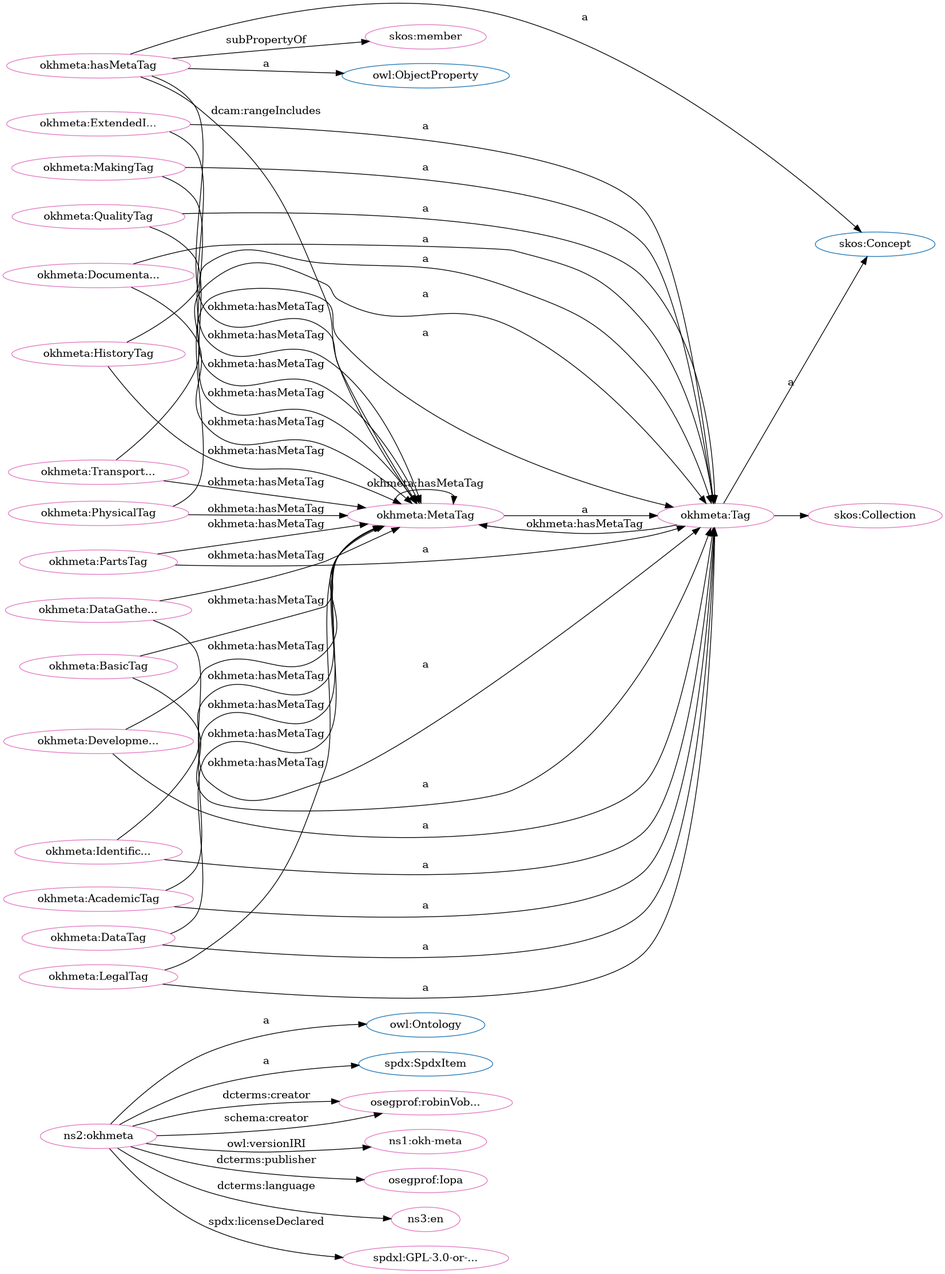
Earlier version of the Graphviz export src/spec/dot_okh-meta.png (iop-alliance/OpenKnowHow). Its source is kept beside it as src/spec/dot_okh-meta.dot.
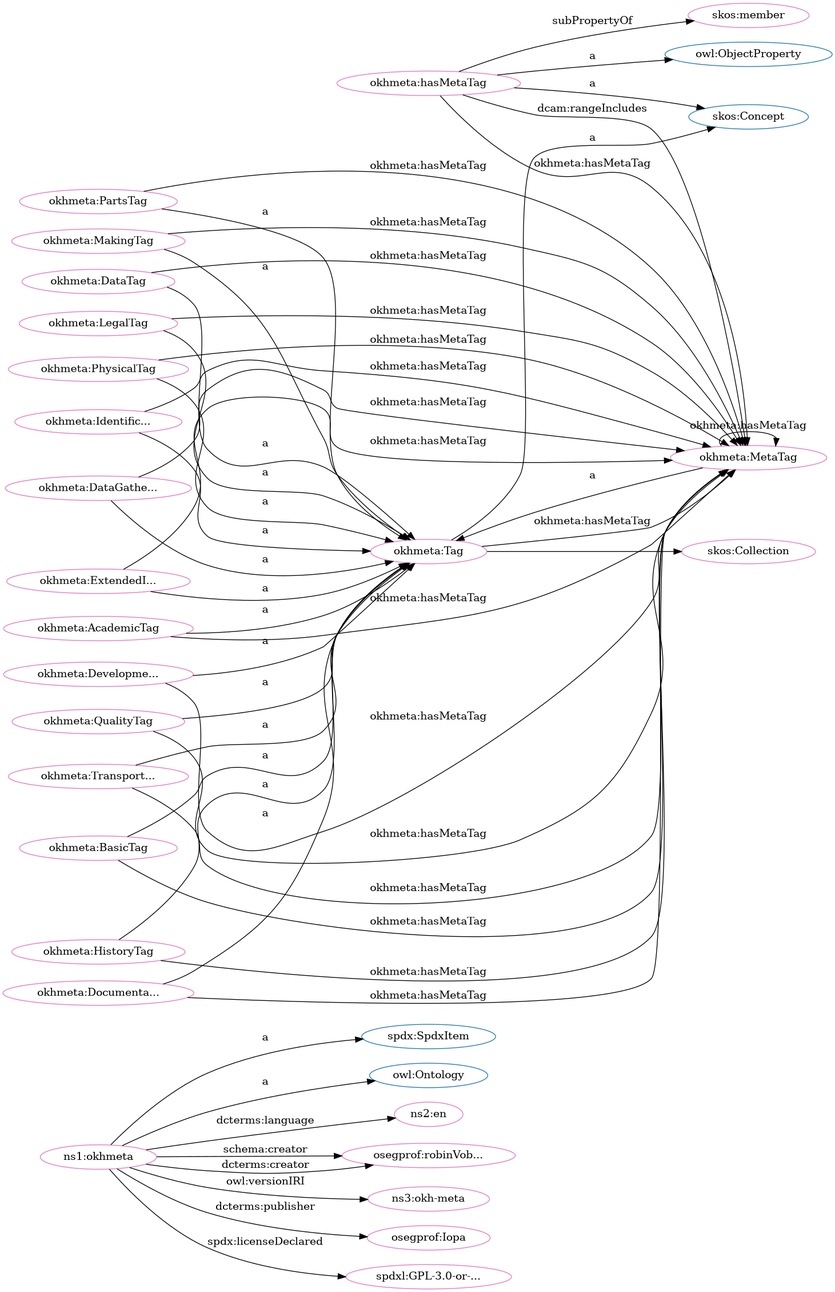
After the change.

The edit, as a diff of the source:
```diff
@@ -1,84 +1,84 @@
 digraph G {
   rankdir=BT
   node[height=.3]
+"http://spdx.org/rdf/terms#SpdxItem" [fillcolor="#1f77b4" color="#1f77b4" label="spdx:SpdxItem"]
+"http://www.w3.org/2004/02/skos/core#Concept" [fillcolor="#1f77b4" color="#1f77b4" label="skos:Concept"]
 "http://www.w3.org/2002/07/owl#Ontology" [fillcolor="#1f77b4" color="#1f77b4" label="owl:Ontology"]
 "http://www.w3.org/2002/07/owl#ObjectProperty" [fillcolor="#1f77b4" color="#1f77b4" label="owl:ObjectProperty"]
-"http://www.w3.org/2004/02/skos/core#Concept" [fillcolor="#1f77b4" color="#1f77b4" label="skos:Concept"]
 "http://www.w3.org/2004/02/skos/core#Collection" [fillcolor="#1f77b4" color="#1f77b4" label="skos:Collection"]
 "http://w3id.org/oseg/ont/okhmeta#Tag" [fillcolor="#1f77b4" color="#1f77b4" label="okhmeta:Tag"]
-"http://spdx.org/rdf/terms#SpdxItem" [fillcolor="#1f77b4" color="#1f77b4" label="spdx:SpdxItem"]
+"http://w3id.org/oseg/ont/okhmeta#PhysicalTag" [fillcolor="#e377c2" color="#e377c2" label="okhmeta:PhysicalTag"]
 "http://w3id.org/oseg/ont/okhmeta#MetaTag" [fillcolor="#e377c2" color="#e377c2" label="okhmeta:MetaTag"]
+"http://w3id.org/oseg/ont/okhmeta#BasicTag" [fillcolor="#e377c2" color="#e377c2" label="okhmeta:BasicTag"]
 "http://w3id.org/oseg/ont/okhmeta#PartsTag" [fillcolor="#e377c2" color="#e377c2" label="okhmeta:PartsTag"]
+"http://w3id.org/oseg/ont/okhmeta#DevelopmentTag" [fillcolor="#e377c2" color="#e377c2" label="okhmeta:Developme..."]
+"http://w3id.org/oseg/ont/okhmeta" [fillcolor="#e377c2" color="#e377c2" label="ns1:okhmeta"]
+"http://w3id.org/oseg/ont/okhmeta#TransportationTag" [fillcolor="#e377c2" color="#e377c2" label="okhmeta:Transport..."]
+"http://id.loc.gov/vocabulary/iso639-1/en" [fillcolor="#e377c2" color="#e377c2" label="ns2:en"]
+"http://w3id.org/oseg/ont/okhmeta#MakingTag" [fillcolor="#e377c2" color="#e377c2" label="okhmeta:MakingTag"]
+"http://w3id.org/oseg/ont/okhmeta#DataTag" [fillcolor="#e377c2" color="#e377c2" label="okhmeta:DataTag"]
+"http://w3id.org/oseg/ont/okhmeta#AcademicTag" [fillcolor="#e377c2" color="#e377c2" label="okhmeta:AcademicTag"]
 "http://w3id.org/oseg/ont/oseg-profiles#robinVobruba" [fillcolor="#e377c2" color="#e377c2" label="osegprof:robinVob..."]
-"http://w3id.org/oseg/ont/1.1.0/okh-meta" [fillcolor="#e377c2" color="#e377c2" label="ns1:okh-meta"]
-"http://www.w3.org/2004/02/skos/core#member" [fillcolor="#e377c2" color="#e377c2" label="skos:member"]
-"http://w3id.org/oseg/ont/oseg-profiles#Iopa" [fillcolor="#e377c2" color="#e377c2" label="osegprof:Iopa"]
-"http://w3id.org/oseg/ont/okhmeta" [fillcolor="#e377c2" color="#e377c2" label="ns2:okhmeta"]
-"http://w3id.org/oseg/ont/okhmeta#LegalTag" [fillcolor="#e377c2" color="#e377c2" label="okhmeta:LegalTag"]
-"http://id.loc.gov/vocabulary/iso639-1/en" [fillcolor="#e377c2" color="#e377c2" label="ns3:en"]
-"http://w3id.org/oseg/ont/okhmeta#HistoryTag" [fillcolor="#e377c2" color="#e377c2" label="okhmeta:HistoryTag"]
-"http://w3id.org/oseg/ont/okhmeta#DevelopmentTag" [fillcolor="#e377c2" color="#e377c2" label="okhmeta:Developme..."]
-"http://w3id.org/oseg/ont/okhmeta#MakingTag" [fillcolor="#e377c2" color="#e377c2" label="okhmeta:MakingTag"]
-"http://spdx.org/licenses/GPL-3.0-or-later" [fillcolor="#e377c2" color="#e377c2" label="spdxl:GPL-3.0-or-..."]
+"http://w3id.org/oseg/ont/okhmeta#hasMetaTag" [fillcolor="#e377c2" color="#e377c2" label="okhmeta:hasMetaTag"]
 "http://w3id.org/oseg/ont/okhmeta#DocumentationTag" [fillcolor="#e377c2" color="#e377c2" label="okhmeta:Documenta..."]
 "http://www.w3.org/2004/02/skos/core#Collection" [fillcolor="#e377c2" color="#e377c2" label="skos:Collection"]
-"http://w3id.org/oseg/ont/okhmeta#PhysicalTag" [fillcolor="#e377c2" color="#e377c2" label="okhmeta:PhysicalTag"]
+"http://w3id.org/oseg/ont/okhmeta#DataGatheringTag" [fillcolor="#e377c2" color="#e377c2" label="okhmeta:DataGathe..."]
+"http://w3id.org/oseg/ont/okhmeta#HistoryTag" [fillcolor="#e377c2" color="#e377c2" label="okhmeta:HistoryTag"]
+"http://w3id.org/oseg/ont/okhmeta#Tag" [fillcolor="#e377c2" color="#e377c2" label="okhmeta:Tag"]
+"http://w3id.org/oseg/ont/okhmeta#ExtendedInfoTag" [fillcolor="#e377c2" color="#e377c2" label="okhmeta:ExtendedI..."]
+"http://w3id.org/oseg/ont/1.1.0/okh-meta" [fillcolor="#e377c2" color="#e377c2" label="ns3:okh-meta"]
 "http://w3id.org/oseg/ont/okhmeta#QualityTag" [fillcolor="#e377c2" color="#e377c2" label="okhmeta:QualityTag"]
-"http://w3id.org/oseg/ont/okhmeta#DataTag" [fillcolor="#e377c2" color="#e377c2" label="okhmeta:DataTag"]
-"http://w3id.org/oseg/ont/okhmeta#Tag" [fillcolor="#e377c2" color="#e377c2" label="okhmeta:Tag"]
-"http://w3id.org/oseg/ont/okhmeta#DataGatheringTag" [fillcolor="#e377c2" color="#e377c2" label="okhmeta:DataGathe..."]
-"http://w3id.org/oseg/ont/okhmeta#ExtendedInfoTag" [fillcolor="#e377c2" color="#e377c2" label="okhmeta:ExtendedI..."]
-"http://w3id.org/oseg/ont/okhmeta#BasicTag" [fillcolor="#e377c2" color="#e377c2" label="okhmeta:BasicTag"]
+"http://w3id.org/oseg/ont/oseg-profiles#Iopa" [fillcolor="#e377c2" color="#e377c2" label="osegprof:Iopa"]
+"http://www.w3.org/2004/02/skos/core#member" [fillcolor="#e377c2" color="#e377c2" label="skos:member"]
 "http://w3id.org/oseg/ont/okhmeta#IdentificationTag" [fillcolor="#e377c2" color="#e377c2" label="okhmeta:Identific..."]
-"http://w3id.org/oseg/ont/okhmeta#hasMetaTag" [fillcolor="#e377c2" color="#e377c2" label="okhmeta:hasMetaTag"]
-"http://w3id.org/oseg/ont/okhmeta#AcademicTag" [fillcolor="#e377c2" color="#e377c2" label="okhmeta:AcademicTag"]
-"http://w3id.org/oseg/ont/okhmeta#TransportationTag" [fillcolor="#e377c2" color="#e377c2" label="okhmeta:Transport..."]
+"http://spdx.org/licenses/GPL-3.0-or-later" [fillcolor="#e377c2" color="#e377c2" label="spdxl:GPL-3.0-or-..."]
+"http://w3id.org/oseg/ont/okhmeta#LegalTag" [fillcolor="#e377c2" color="#e377c2" label="okhmeta:LegalTag"]
+  "http://w3id.org/oseg/ont/okhmeta#PhysicalTag" -> "http://w3id.org/oseg/ont/okhmeta#Tag" [label="a"]
   "http://w3id.org/oseg/ont/okhmeta#PartsTag" -> "http://w3id.org/oseg/ont/okhmeta#Tag" [label="a"]
+  "http://w3id.org/oseg/ont/okhmeta#BasicTag" -> "http://w3id.org/oseg/ont/okhmeta#Tag" [label="a"]
   "http://w3id.org/oseg/ont/okhmeta#MetaTag" -> "http://w3id.org/oseg/ont/okhmeta#MetaTag" [label="okhmeta:hasMetaTag"]
+  "http://w3id.org/oseg/ont/okhmeta#LegalTag" -> "http://w3id.org/oseg/ont/okhmeta#MetaTag" [label="okhmeta:hasMetaTag"]
+  "http://w3id.org/oseg/ont/okhmeta#DocumentationTag" -> "http://w3id.org/oseg/ont/okhmeta#MetaTag" [label="okhmeta:hasMetaTag"]
+  "http://w3id.org/oseg/ont/okhmeta#DevelopmentTag" -> "http://w3id.org/oseg/ont/okhmeta#MetaTag" [label="okhmeta:hasMetaTag"]
+  "http://w3id.org/oseg/ont/okhmeta#BasicTag" -> "http://w3id.org/oseg/ont/okhmeta#MetaTag" [label="okhmeta:hasMetaTag"]
+  "http://w3id.org/oseg/ont/okhmeta#DataTag" -> "http://w3id.org/oseg/ont/okhmeta#Tag" [label="a"]
+  "http://w3id.org/oseg/ont/okhmeta#AcademicTag" -> "http://w3id.org/oseg/ont/okhmeta#Tag" [label="a"]
+  "http://w3id.org/oseg/ont/okhmeta#ExtendedInfoTag" -> "http://w3id.org/oseg/ont/okhmeta#MetaTag" [label="okhmeta:hasMetaTag"]
+  "http://w3id.org/oseg/ont/okhmeta#hasMetaTag" -> "http://www.w3.org/2004/02/skos/core#Concept" [label="a"]
+  "http://w3id.org/oseg/ont/okhmeta#DataGatheringTag" -> "http://w3id.org/oseg/ont/okhmeta#Tag" [label="a"]
+  "http://w3id.org/oseg/ont/okhmeta#Tag" -> "http://www.w3.org/2004/02/skos/core#Concept" [label="a"]
   "http://w3id.org/oseg/ont/okhmeta" -> "http://w3id.org/oseg/ont/1.1.0/okh-meta" [label="owl:versionIRI"]
+  "http://w3id.org/oseg/ont/okhmeta#QualityTag" -> "http://w3id.org/oseg/ont/okhmeta#Tag" [label="a"]
+  "http://w3id.org/oseg/ont/okhmeta#PhysicalTag" -> "http://w3id.org/oseg/ont/okhmeta#MetaTag" [label="okhmeta:hasMetaTag"]
+  "http://w3id.org/oseg/ont/okhmeta#PartsTag" -> "http://w3id.org/oseg/ont/okhmeta#MetaTag" [label="okhmeta:hasMetaTag"]
+  "http://w3id.org/oseg/ont/okhmeta#IdentificationTag" -> "http://w3id.org/oseg/ont/okhmeta#Tag" [label="a"]
+  "http://w3id.org/oseg/ont/okhmeta#LegalTag" -> "http://w3id.org/oseg/ont/okhmeta#Tag" [label="a"]
+  "http://w3id.org/oseg/ont/okhmeta" -> "http://spdx.org/licenses/GPL-3.0-or-later" [label="spdx:licenseDeclared"]
+  "http://w3id.org/oseg/ont/okhmeta#DataTag" -> "http://w3id.org/oseg/ont/okhmeta#MetaTag" [label="okhmeta:hasMetaTag"]
+  "http://w3id.org/oseg/ont/okhmeta#DevelopmentTag" -> "http://w3id.org/oseg/ont/okhmeta#Tag" [label="a"]
+  "http://w3id.org/oseg/ont/okhmeta" -> "http://spdx.org/rdf/terms#SpdxItem" [label="a"]
+  "http://w3id.org/oseg/ont/okhmeta#AcademicTag" -> "http://w3id.org/oseg/ont/okhmeta#MetaTag" [label="okhmeta:hasMetaTag"]
+  "http://w3id.org/oseg/ont/okhmeta#TransportationTag" -> "http://w3id.org/oseg/ont/okhmeta#Tag" [label="a"]
+  "http://w3id.org/oseg/ont/okhmeta" -> "http://id.loc.gov/vocabulary/iso639-1/en" [label="dcterms:language"]
+  "http://w3id.org/oseg/ont/okhmeta#MakingTag" -> "http://w3id.org/oseg/ont/okhmeta#Tag" [label="a"]
+  "http://w3id.org/oseg/ont/okhmeta#MetaTag" -> "http://w3id.org/oseg/ont/okhmeta#Tag" [label="a"]
+  "http://w3id.org/oseg/ont/okhmeta#hasMetaTag" -> "http://w3id.org/oseg/ont/okhmeta#MetaTag" [label="okhmeta:hasMetaTag"]
+  "http://w3id.org/oseg/ont/okhmeta" -> "http://w3id.org/oseg/ont/oseg-profiles#robinVobruba" [label="schema:creator"]
+  "http://w3id.org/oseg/ont/okhmeta#DocumentationTag" -> "http://w3id.org/oseg/ont/okhmeta#Tag" [label="a"]
+  "http://w3id.org/oseg/ont/okhmeta#MakingTag" -> "http://w3id.org/oseg/ont/okhmeta#MetaTag" [label="okhmeta:hasMetaTag"]
+  "http://w3id.org/oseg/ont/okhmeta#QualityTag" -> "http://w3id.org/oseg/ont/okhmeta#MetaTag" [label="okhmeta:hasMetaTag"]
+  "http://w3id.org/oseg/ont/okhmeta#Tag" -> "http://www.w3.org/2004/02/skos/core#Collection" [label=""]
+  "http://w3id.org/oseg/ont/okhmeta#hasMetaTag" -> "http://www.w3.org/2002/07/owl#ObjectProperty" [label="a"]
+  "http://w3id.org/oseg/ont/okhmeta#Tag" -> "http://w3id.org/oseg/ont/okhmeta#MetaTag" [label="okhmeta:hasMetaTag"]
+  "http://w3id.org/oseg/ont/okhmeta#IdentificationTag" -> "http://w3id.org/oseg/ont/okhmeta#MetaTag" [label="okhmeta:hasMetaTag"]
+  "http://w3id.org/oseg/ont/okhmeta#HistoryTag" -> "http://w3id.org/oseg/ont/okhmeta#Tag" [label="a"]
+  "http://w3id.org/oseg/ont/okhmeta#ExtendedInfoTag" -> "http://w3id.org/oseg/ont/okhmeta#Tag" [label="a"]
+  "http://w3id.org/oseg/ont/okhmeta#hasMetaTag" -> "http://w3id.org/oseg/ont/okhmeta#MetaTag" [label="dcam:rangeIncludes"]
   "http://w3id.org/oseg/ont/okhmeta" -> "http://w3id.org/oseg/ont/oseg-profiles#Iopa" [label="dcterms:publisher"]
-  "http://w3id.org/oseg/ont/okhmeta#PhysicalTag" -> "http://w3id.org/oseg/ont/okhmeta#MetaTag" [label="okhmeta:hasMetaTag"]
-  "http://w3id.org/oseg/ont/okhmeta#DataTag" -> "http://w3id.org/oseg/ont/okhmeta#MetaTag" [label="okhmeta:hasMetaTag"]
-  "http://w3id.org/oseg/ont/okhmeta" -> "http://id.loc.gov/vocabulary/iso639-1/en" [label="dcterms:language"]
-  "http://w3id.org/oseg/ont/okhmeta#ExtendedInfoTag" -> "http://w3id.org/oseg/ont/okhmeta#MetaTag" [label="okhmeta:hasMetaTag"]
-  "http://w3id.org/oseg/ont/okhmeta#MetaTag" -> "http://w3id.org/oseg/ont/okhmeta#Tag" [label="a"]
-  "http://w3id.org/oseg/ont/okhmeta#IdentificationTag" -> "http://w3id.org/oseg/ont/okhmeta#MetaTag" [label="okhmeta:hasMetaTag"]
-  "http://w3id.org/oseg/ont/okhmeta#BasicTag" -> "http://w3id.org/oseg/ont/okhmeta#MetaTag" [label="okhmeta:hasMetaTag"]
-  "http://w3id.org/oseg/ont/okhmeta#Tag" -> "http://www.w3.org/2004/02/skos/core#Collection" [label=""]
-  "http://w3id.org/oseg/ont/okhmeta#PhysicalTag" -> "http://w3id.org/oseg/ont/okhmeta#Tag" [label="a"]
-  "http://w3id.org/oseg/ont/okhmeta#DataTag" -> "http://w3id.org/oseg/ont/okhmeta#Tag" [label="a"]
-  "http://w3id.org/oseg/ont/okhmeta#DataGatheringTag" -> "http://w3id.org/oseg/ont/okhmeta#MetaTag" [label="okhmeta:hasMetaTag"]
-  "http://w3id.org/oseg/ont/okhmeta#DocumentationTag" -> "http://w3id.org/oseg/ont/okhmeta#MetaTag" [label="okhmeta:hasMetaTag"]
-  "http://w3id.org/oseg/ont/okhmeta#ExtendedInfoTag" -> "http://w3id.org/oseg/ont/okhmeta#Tag" [label="a"]
-  "http://w3id.org/oseg/ont/okhmeta#TransportationTag" -> "http://w3id.org/oseg/ont/okhmeta#MetaTag" [label="okhmeta:hasMetaTag"]
-  "http://w3id.org/oseg/ont/okhmeta#hasMetaTag" -> "http://w3id.org/oseg/ont/okhmeta#MetaTag" [label="dcam:rangeIncludes"]
-  "http://w3id.org/oseg/ont/okhmeta#BasicTag" -> "http://w3id.org/oseg/ont/okhmeta#Tag" [label="a"]
-  "http://w3id.org/oseg/ont/okhmeta#IdentificationTag" -> "http://w3id.org/oseg/ont/okhmeta#Tag" [label="a"]
-  "http://w3id.org/oseg/ont/okhmeta#MakingTag" -> "http://w3id.org/oseg/ont/okhmeta#MetaTag" [label="okhmeta:hasMetaTag"]
-  "http://w3id.org/oseg/ont/okhmeta#hasMetaTag" -> "http://w3id.org/oseg/ont/okhmeta#MetaTag" [label="okhmeta:hasMetaTag"]
-  "http://w3id.org/oseg/ont/okhmeta#hasMetaTag" -> "http://www.w3.org/2002/07/owl#ObjectProperty" [label="a"]
-  "http://w3id.org/oseg/ont/okhmeta" -> "http://spdx.org/rdf/terms#SpdxItem" [label="a"]
-  "http://w3id.org/oseg/ont/okhmeta#TransportationTag" -> "http://w3id.org/oseg/ont/okhmeta#Tag" [label="a"]
-  "http://w3id.org/oseg/ont/okhmeta#Tag" -> "http://w3id.org/oseg/ont/okhmeta#MetaTag" [label="okhmeta:hasMetaTag"]
-  "http://w3id.org/oseg/ont/okhmeta#LegalTag" -> "http://w3id.org/oseg/ont/okhmeta#MetaTag" [label="okhmeta:hasMetaTag"]
-  "http://w3id.org/oseg/ont/okhmeta#HistoryTag" -> "http://w3id.org/oseg/ont/okhmeta#MetaTag" [label="okhmeta:hasMetaTag"]
-  "http://w3id.org/oseg/ont/okhmeta#DevelopmentTag" -> "http://w3id.org/oseg/ont/okhmeta#MetaTag" [label="okhmeta:hasMetaTag"]
-  "http://w3id.org/oseg/ont/okhmeta" -> "http://w3id.org/oseg/ont/oseg-profiles#robinVobruba" [label="dcterms:creator"]
   "http://w3id.org/oseg/ont/okhmeta#hasMetaTag" -> "http://www.w3.org/2004/02/skos/core#member" [label="subPropertyOf"]
   "http://w3id.org/oseg/ont/okhmeta" -> "http://www.w3.org/2002/07/owl#Ontology" [label="a"]
-  "http://w3id.org/oseg/ont/okhmeta#QualityTag" -> "http://w3id.org/oseg/ont/okhmeta#MetaTag" [label="okhmeta:hasMetaTag"]
-  "http://w3id.org/oseg/ont/okhmeta#LegalTag" -> "http://w3id.org/oseg/ont/okhmeta#Tag" [label="a"]
-  "http://w3id.org/oseg/ont/okhmeta#HistoryTag" -> "http://w3id.org/oseg/ont/okhmeta#Tag" [label="a"]
-  "http://w3id.org/oseg/ont/okhmeta#DevelopmentTag" -> "http://w3id.org/oseg/ont/okhmeta#Tag" [label="a"]
-  "http://w3id.org/oseg/ont/okhmeta#MakingTag" -> "http://w3id.org/oseg/ont/okhmeta#Tag" [label="a"]
-  "http://w3id.org/oseg/ont/okhmeta" -> "http://spdx.org/licenses/GPL-3.0-or-later" [label="spdx:licenseDeclared"]
-  "http://w3id.org/oseg/ont/okhmeta#DocumentationTag" -> "http://w3id.org/oseg/ont/okhmeta#Tag" [label="a"]
-  "http://w3id.org/oseg/ont/okhmeta#QualityTag" -> "http://w3id.org/oseg/ont/okhmeta#Tag" [label="a"]
-  "http://w3id.org/oseg/ont/okhmeta#Tag" -> "http://www.w3.org/2004/02/skos/core#Concept" [label="a"]
-  "http://w3id.org/oseg/ont/okhmeta" -> "http://w3id.org/oseg/ont/oseg-profiles#robinVobruba" [label="schema:creator"]
-  "http://w3id.org/oseg/ont/okhmeta#AcademicTag" -> "http://w3id.org/oseg/ont/okhmeta#MetaTag" [label="okhmeta:hasMetaTag"]
-  "http://w3id.org/oseg/ont/okhmeta#hasMetaTag" -> "http://www.w3.org/2004/02/skos/core#Concept" [label="a"]
-  "http://w3id.org/oseg/ont/okhmeta#PartsTag" -> "http://w3id.org/oseg/ont/okhmeta#MetaTag" [label="okhmeta:hasMetaTag"]
-  "http://w3id.org/oseg/ont/okhmeta#AcademicTag" -> "http://w3id.org/oseg/ont/okhmeta#Tag" [label="a"]
-  "http://w3id.org/oseg/ont/okhmeta#DataGatheringTag" -> "http://w3id.org/oseg/ont/okhmeta#Tag" [label="a"]
+  "http://w3id.org/oseg/ont/okhmeta#DataGatheringTag" -> "http://w3id.org/oseg/ont/okhmeta#MetaTag" [label="okhmeta:hasMetaTag"]
+  "http://w3id.org/oseg/ont/okhmeta" -> "http://w3id.org/oseg/ont/oseg-profiles#robinVobruba" [label="dcterms:creator"]
+  "http://w3id.org/oseg/ont/okhmeta#TransportationTag" -> "http://w3id.org/oseg/ont/okhmeta#MetaTag" [label="okhmeta:hasMetaTag"]
+  "http://w3id.org/oseg/ont/okhmeta#HistoryTag" -> "http://w3id.org/oseg/ont/okhmeta#MetaTag" [label="okhmeta:hasMetaTag"]
 }
```
